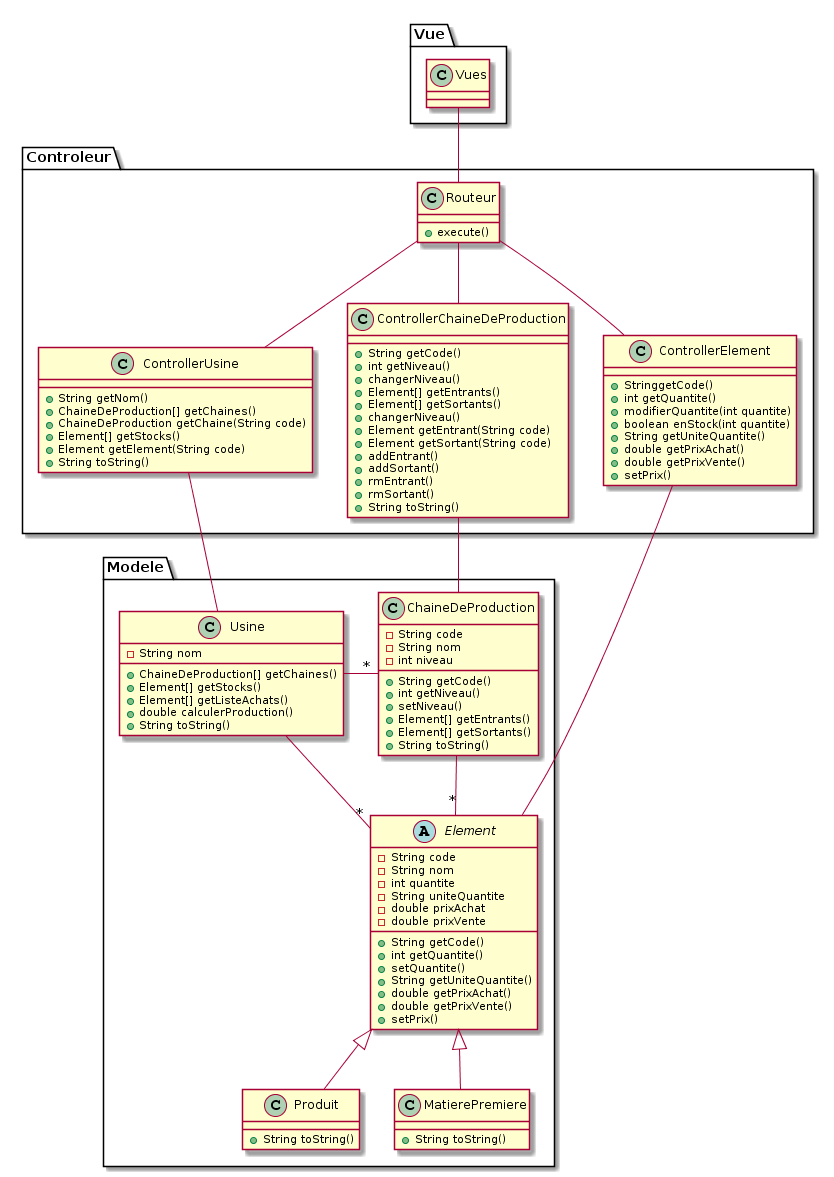
Before: uml.png, a diagram exported from PlantUML (TovarichMFS/leprojet). Its diagram source:
```plantuml
@startuml
package Modele {
abstract class Element {
-String code
-String nom
-int quantite
-String uniteQuantite
-double prixAchat
-double prixVente
+String getCode()
+int getQuantite()
+setQuantite()
+String getUniteQuantite()
+double getPrixAchat()
+double getPrixVente()
+setPrix()
}

Produit : +String toString()

MatierePremiere : +String toString()

class ChaineDeProduction {
-String code
-String nom
-int niveau
+String getCode()
+int getNiveau()
+setNiveau()
+Element[] getEntrants()
+Element[] getSortants()
+String toString()
}

class Usine {
-String nom
+ChaineDeProduction[] getChaines()
+Element[] getStocks()
+Element[] getListeAchats()
+double calculerProduction()
+String toString()
}

}

package Controleur {
class Routeur {
+execute()
}

class ControllerElement {
+StringgetCode()
+int getQuantite()
+modifierQuantite(int quantite)
+boolean enStock(int quantite)
+String getUniteQuantite()
+double getPrixAchat()
+double getPrixVente()
+setPrix()
}

class ControllerChaineDeProduction {
+String getCode()
+int getNiveau()
+changerNiveau()
+Element[] getEntrants()
+Element[] getSortants()
+changerNiveau()
+Element getEntrant(String code)
+Element getSortant(String code)
+addEntrant()
+addSortant()
+rmEntrant()
+rmSortant()
+String toString()
}

class ControllerUsine {
+String getNom()
+ChaineDeProduction[] getChaines()
+ChaineDeProduction getChaine(String code)
+Element[] getStocks()
+Element getElement(String code)
+String toString()
}

}

package Vue {

class Vues {

}

}

Vues -down- Routeur
Routeur -down- ControllerElement
Routeur -down- ControllerChaineDeProduction
Routeur -down- ControllerUsine
Element -up- ControllerElement
ChaineDeProduction -up- ControllerChaineDeProduction
Usine -up- ControllerUsine
Usine -right- "*" ChaineDeProduction
Usine -down- "*" Element
ChaineDeProduction -down- "*" Element
Element <|-- Produit
Element <|-- MatierePremiere
@enduml
```
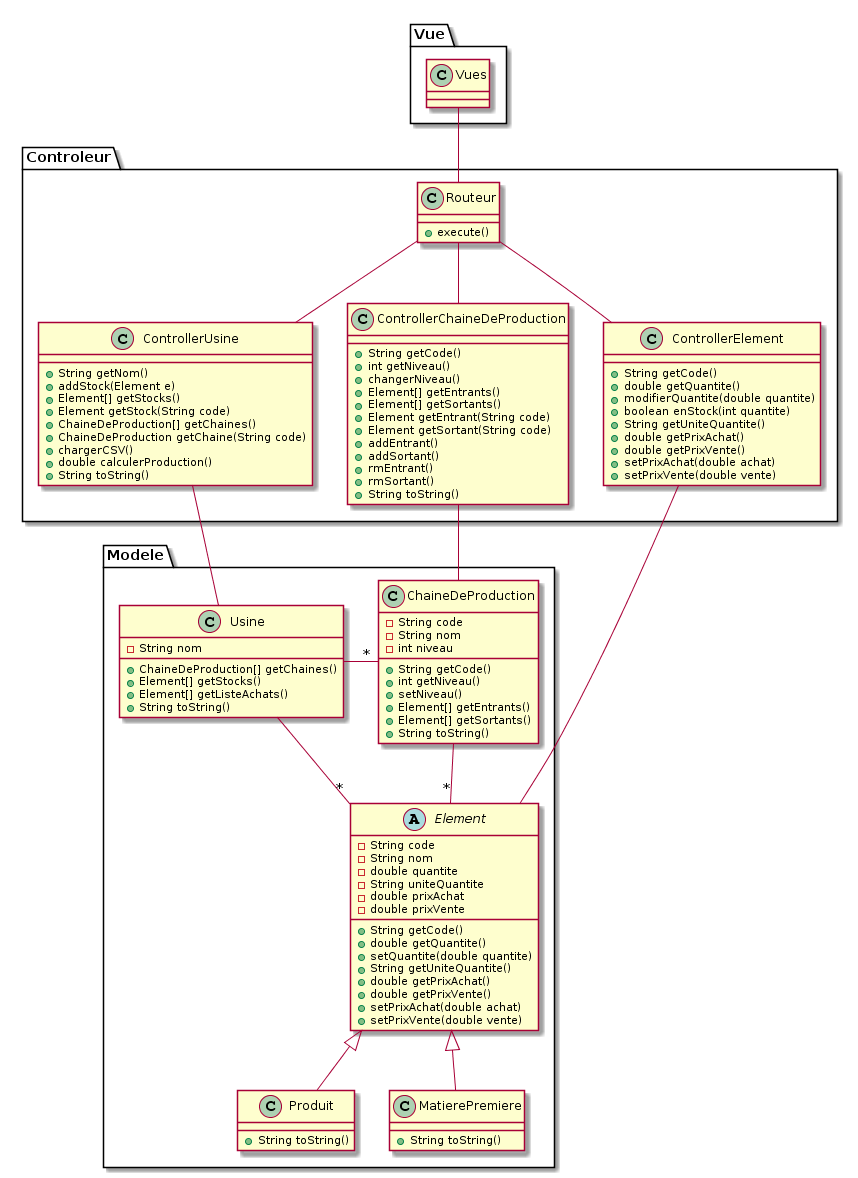
Later version of the same file.

Commit message:
modif uml

Change to the diagram source:
```diff
@@ -3,17 +3,18 @@
 abstract class Element {
 -String code
 -String nom
--int quantite
+-double quantite
 -String uniteQuantite
 -double prixAchat
 -double prixVente
 +String getCode()
-+int getQuantite()
-+setQuantite()
++double getQuantite()
++setQuantite(double quantite)
 +String getUniteQuantite()
 +double getPrixAchat()
 +double getPrixVente()
-+setPrix()
++setPrixAchat(double achat)
++setPrixVente(double vente)
 }
 
 Produit : +String toString()
@@ -37,7 +38,6 @@
 +ChaineDeProduction[] getChaines()
 +Element[] getStocks()
 +Element[] getListeAchats()
-+double calculerProduction()
 +String toString()
 }
 
@@ -49,14 +49,15 @@
 }
 
 class ControllerElement {
-+StringgetCode()
-+int getQuantite()
-+modifierQuantite(int quantite)
++String getCode()
++double getQuantite()
++modifierQuantite(double quantite)
 +boolean enStock(int quantite)
 +String getUniteQuantite()
 +double getPrixAchat()
 +double getPrixVente()
-+setPrix()
++setPrixAchat(double achat)
++setPrixVente(double vente)
 }
 
 class ControllerChaineDeProduction {
@@ -65,7 +66,6 @@
 +changerNiveau()
 +Element[] getEntrants()
 +Element[] getSortants()
-+changerNiveau()
 +Element getEntrant(String code)
 +Element getSortant(String code)
 +addEntrant()
@@ -77,10 +77,13 @@
 
 class ControllerUsine {
 +String getNom()
++addStock(Element e)
++Element[] getStocks()
++Element getStock(String code)
 +ChaineDeProduction[] getChaines()
 +ChaineDeProduction getChaine(String code)
-+Element[] getStocks()
-+Element getElement(String code)
++chargerCSV()
++double calculerProduction()
 +String toString()
 }
 
```
